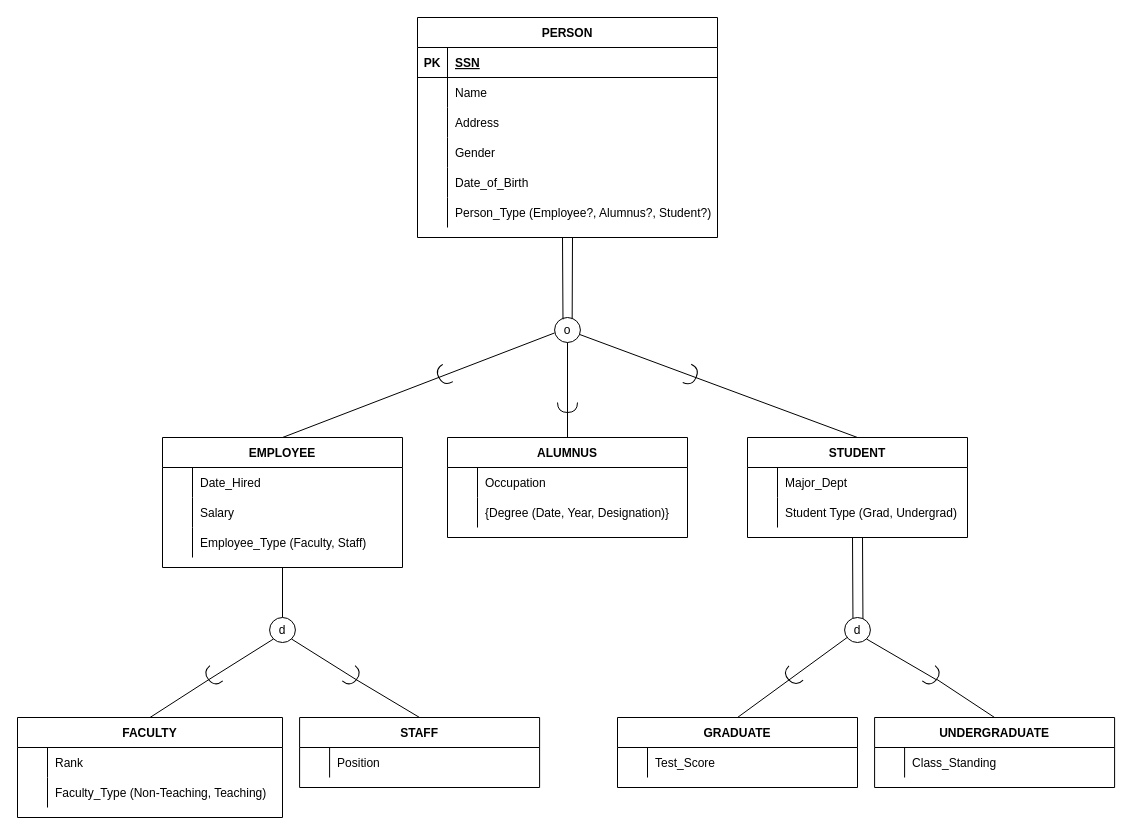
The draw.io diagram EERD.drawio in genebit/draw.io-diagrams, before the edit. Source tidied: cells renumbered, new cells numbered last; positions are measured from the earlier drawing's top-left corner, leaving out a move shared by most shapes. Both pictures are drawn from the tidied source at 100%, with x=0, y=0 at pixel (17, 17).
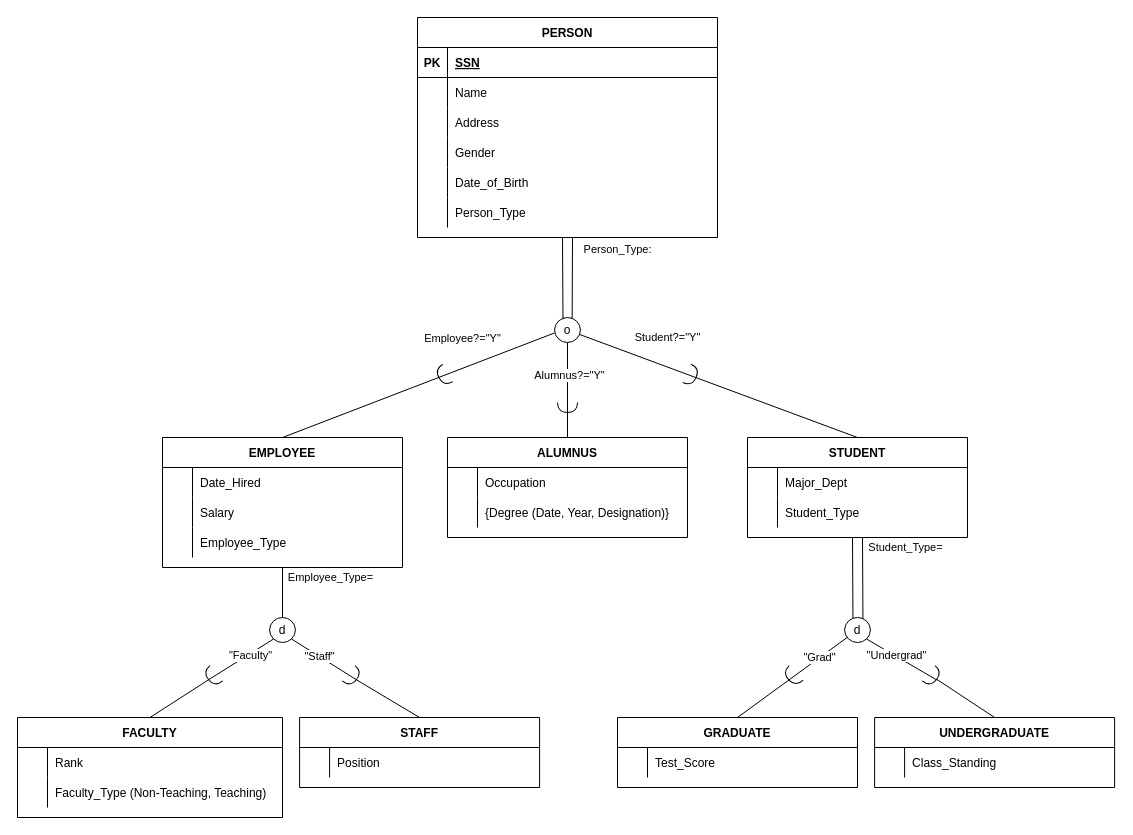
After the change.

The change refers to these unchanged cells:
```xml
<mxCell id="18" style="shape=tableRow;horizontal=0;startSize=0;swimlaneHead=0;swimlaneBody=0;fillColor=none;top=0;left=0;right=0;bottom=0;" parent="2" vertex="1">
  <mxGeometry y="180" width="300" height="30" as="geometry" />
</mxCell>
<mxCell id="29" style="shape=tableRow;horizontal=0;startSize=0;swimlaneHead=0;swimlaneBody=0;fillColor=none;top=0;left=0;right=0;bottom=0;" parent="22" vertex="1">
  <mxGeometry y="90" width="240" height="30" as="geometry" />
</mxCell>
<mxCell id="43" style="shape=tableRow;horizontal=0;startSize=0;swimlaneHead=0;swimlaneBody=0;fillColor=none;top=0;left=0;right=0;bottom=0;" parent="39" vertex="1">
  <mxGeometry y="60" width="220" height="30" as="geometry" />
</mxCell>
<mxCell id="46" style="endArrow=none;html=1;rounded=0;exitX=0;exitY=0.617;exitDx=0;exitDy=0;entryX=0.5;entryY=0;entryDx=0;entryDy=0;exitPerimeter=0;" parent="1" edge="1" source="21" target="22">
  <mxGeometry relative="1" as="geometry" />
</mxCell>
<mxCell id="47" style="endArrow=none;html=1;rounded=0;exitX=0.5;exitY=1;exitDx=0;exitDy=0;entryX=0.5;entryY=0;entryDx=0;entryDy=0;" parent="1" edge="1" source="21" target="32">
  <mxGeometry relative="1" as="geometry" />
</mxCell>
<mxCell id="48" style="endArrow=none;html=1;rounded=0;entryX=0.5;entryY=0;entryDx=0;entryDy=0;" parent="1" edge="1" source="21" target="39">
  <mxGeometry relative="1" as="geometry" />
</mxCell>
<mxCell id="49" style="endArrow=none;html=1;rounded=0;exitX=0.5;exitY=1;exitDx=0;exitDy=0;" parent="1" edge="1" source="22" target="50">
  <mxGeometry relative="1" as="geometry" />
</mxCell>
<mxCell id="73" style="endArrow=none;html=1;rounded=0;exitX=1;exitY=0.5;exitDx=0;exitDy=0;entryX=1;entryY=1;entryDx=0;entryDy=0;startArrow=none;exitPerimeter=0;" parent="1" edge="1" source="81" target="50">
  <mxGeometry relative="1" as="geometry" />
</mxCell>
<mxCell id="74" style="endArrow=none;html=1;rounded=0;entryX=0.5;entryY=0;entryDx=0;entryDy=0;" parent="1" edge="1" source="63" target="64">
  <mxGeometry relative="1" as="geometry" />
</mxCell>
<mxCell id="76" style="endArrow=none;html=1;rounded=0;entryX=0.711;entryY=0.064;entryDx=0;entryDy=0;entryPerimeter=0;" parent="1" edge="1" target="63">
  <mxGeometry relative="1" as="geometry">
    <mxPoint x="845" y="520" as="sourcePoint" />
  </mxGeometry>
</mxCell>
<mxCell id="78" style="endArrow=none;html=1;rounded=0;entryX=0.681;entryY=0.068;entryDx=0;entryDy=0;entryPerimeter=0;" parent="1" edge="1" target="21">
  <mxGeometry relative="1" as="geometry">
    <mxPoint x="555" y="220" as="sourcePoint" />
  </mxGeometry>
</mxCell>
<mxCell id="80" style="endArrow=none;html=1;rounded=0;exitX=0;exitY=1;exitDx=0;exitDy=0;entryX=1;entryY=0.5;entryDx=0;entryDy=0;entryPerimeter=0;" parent="1" edge="1" source="50" target="79">
  <mxGeometry relative="1" as="geometry" />
</mxCell>
<mxCell id="84" style="endArrow=none;html=1;rounded=0;entryX=1;entryY=0.5;entryDx=0;entryDy=0;exitX=1;exitY=1;exitDx=0;exitDy=0;entryPerimeter=0;" parent="1" edge="1" source="63" target="83">
  <mxGeometry relative="1" as="geometry" />
</mxCell>
```

Change to the diagram source:
```diff
@@
-    <mxCell id="20" value="Person_Type (Employee?, Alumnus?, Student?)" style="shape=partialRectangle;fillColor=none;top=0;left=0;bottom=0;right=0;align=left;spacingLeft=6;overflow=hidden;" parent="18" vertex="1">
+    <mxCell id="20" value="Person_Type" style="shape=partialRectangle;fillColor=none;top=0;left=0;bottom=0;right=0;align=left;spacingLeft=6;overflow=hidden;" parent="18" vertex="1">
       <mxGeometry x="30" width="270" height="30" as="geometry" />
     </mxCell>
@@
-    <mxCell id="31" value="Employee_Type (Faculty, Staff)" style="shape=partialRectangle;fillColor=none;top=0;left=0;bottom=0;right=0;align=left;spacingLeft=6;overflow=hidden;" parent="29" vertex="1">
+    <mxCell id="31" value="Employee_Type" style="shape=partialRectangle;fillColor=none;top=0;left=0;bottom=0;right=0;align=left;spacingLeft=6;overflow=hidden;" parent="29" vertex="1">
       <mxGeometry x="30" width="210" height="30" as="geometry" />
     </mxCell>
@@
-    <mxCell id="45" value="Student Type (Grad, Undergrad)" style="shape=partialRectangle;fillColor=none;top=0;left=0;bottom=0;right=0;align=left;spacingLeft=6;overflow=hidden;" parent="43" vertex="1">
+    <mxCell id="45" value="Student_Type" style="shape=partialRectangle;fillColor=none;top=0;left=0;bottom=0;right=0;align=left;spacingLeft=6;overflow=hidden;" parent="43" vertex="1">
       <mxGeometry x="30" width="190" height="30" as="geometry" />
     </mxCell>
@@
+    <mxCell id="89" value="Employee?=&quot;Y&quot;" style="edgeLabel;html=1;align=center;verticalAlign=middle;" parent="46" vertex="1">
+      <mxGeometry x="-0.43" relative="1" as="geometry">
+        <mxPoint x="-15" y="-25" as="offset" />
+      </mxGeometry>
+    </mxCell>
@@
+    <mxCell id="90" value="Alumnus?=&quot;Y&quot;" style="edgeLabel;html=1;align=center;verticalAlign=middle;" parent="47" vertex="1">
+      <mxGeometry x="-0.33" y="1" relative="1" as="geometry" />
+    </mxCell>
@@
+    <mxCell id="91" value="Student?=&quot;Y&quot;" style="edgeLabel;html=1;align=center;verticalAlign=middle;" parent="48" vertex="1">
+      <mxGeometry x="-0.54" relative="1" as="geometry">
+        <mxPoint x="24" y="-21" as="offset" />
+      </mxGeometry>
+    </mxCell>
@@
+    <mxCell id="92" value="Employee_Type=" style="edgeLabel;html=1;align=center;verticalAlign=middle;" parent="49" vertex="1">
+      <mxGeometry x="-0.64" y="-1" relative="1" as="geometry">
+        <mxPoint x="48" as="offset" />
+      </mxGeometry>
+    </mxCell>
@@
+    <mxCell id="93" value="&quot;Staff&quot;" style="edgeLabel;html=1;align=center;verticalAlign=middle;" parent="73" vertex="1">
+      <mxGeometry x="0.16" relative="1" as="geometry" />
+    </mxCell>
@@
+    <mxCell id="94" value="&quot;Grad&quot;" style="edgeLabel;html=1;align=center;verticalAlign=middle;" parent="74" vertex="1">
+      <mxGeometry x="-0.5" y="-1" relative="1" as="geometry" />
+    </mxCell>
@@
+    <mxCell id="95" value="Student_Type=" style="edgeLabel;html=1;align=center;verticalAlign=middle;" parent="76" vertex="1">
+      <mxGeometry x="-0.79" y="1" relative="1" as="geometry">
+        <mxPoint x="41" y="1" as="offset" />
+      </mxGeometry>
+    </mxCell>
@@
+    <mxCell id="96" value="Person_Type:" style="edgeLabel;html=1;align=center;verticalAlign=middle;" parent="78" vertex="1">
+      <mxGeometry x="-0.73" y="1" relative="1" as="geometry">
+        <mxPoint x="44" as="offset" />
+      </mxGeometry>
+    </mxCell>
@@
+    <mxCell id="97" value="&quot;Faculty&quot;" style="edgeLabel;html=1;align=center;verticalAlign=middle;" parent="80" vertex="1">
+      <mxGeometry x="-0.26" y="1" relative="1" as="geometry" />
+    </mxCell>
@@
+    <mxCell id="98" value="&quot;Undergrad&quot;" style="edgeLabel;html=1;align=center;verticalAlign=middle;" parent="84" vertex="1">
+      <mxGeometry x="-0.16" y="1" relative="1" as="geometry" />
+    </mxCell>
```
